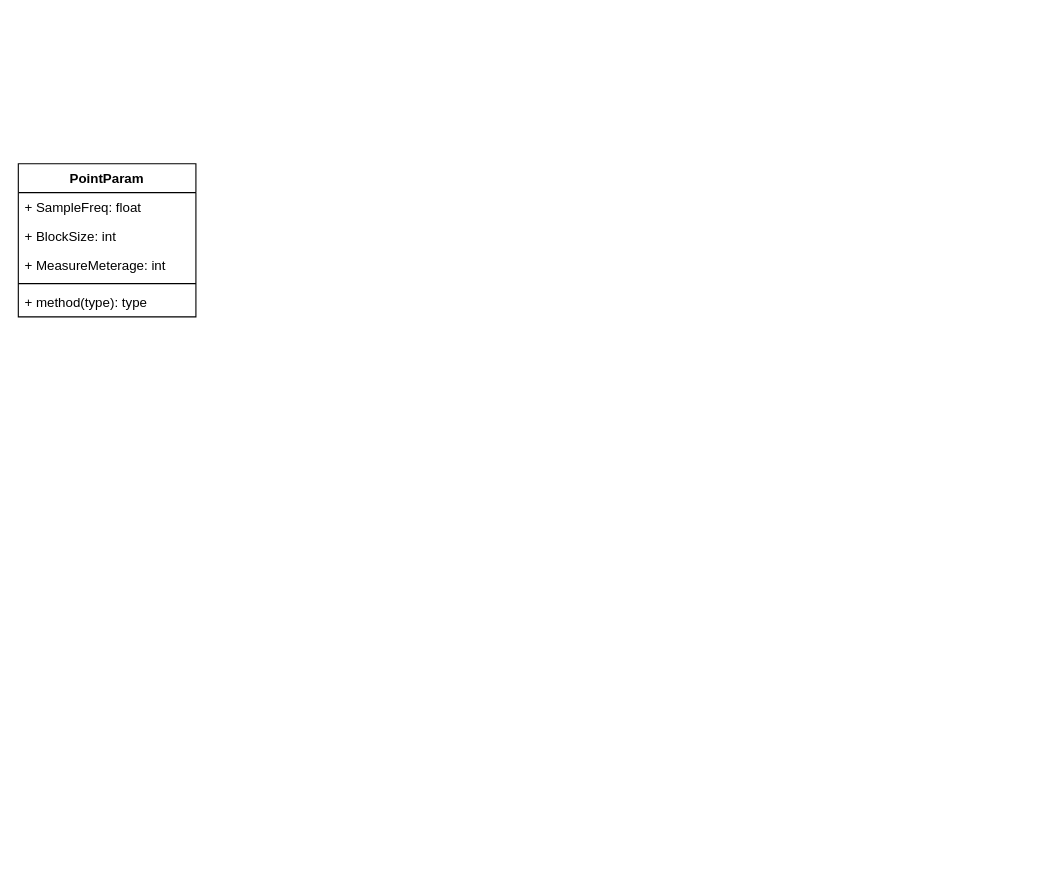
Above: page "PointParam" (2 of 7) of Untitled Diagram.drawio in javaDevp/3DExplore (draw.io), before the change. Source tidied: cells renumbered, new cells numbered last; positions are measured from the earlier drawing's top-left corner, leaving out a move shared by most shapes. Both pictures are drawn from the tidied source at 111%, with x=0, y=0 at pixel (18, 163).
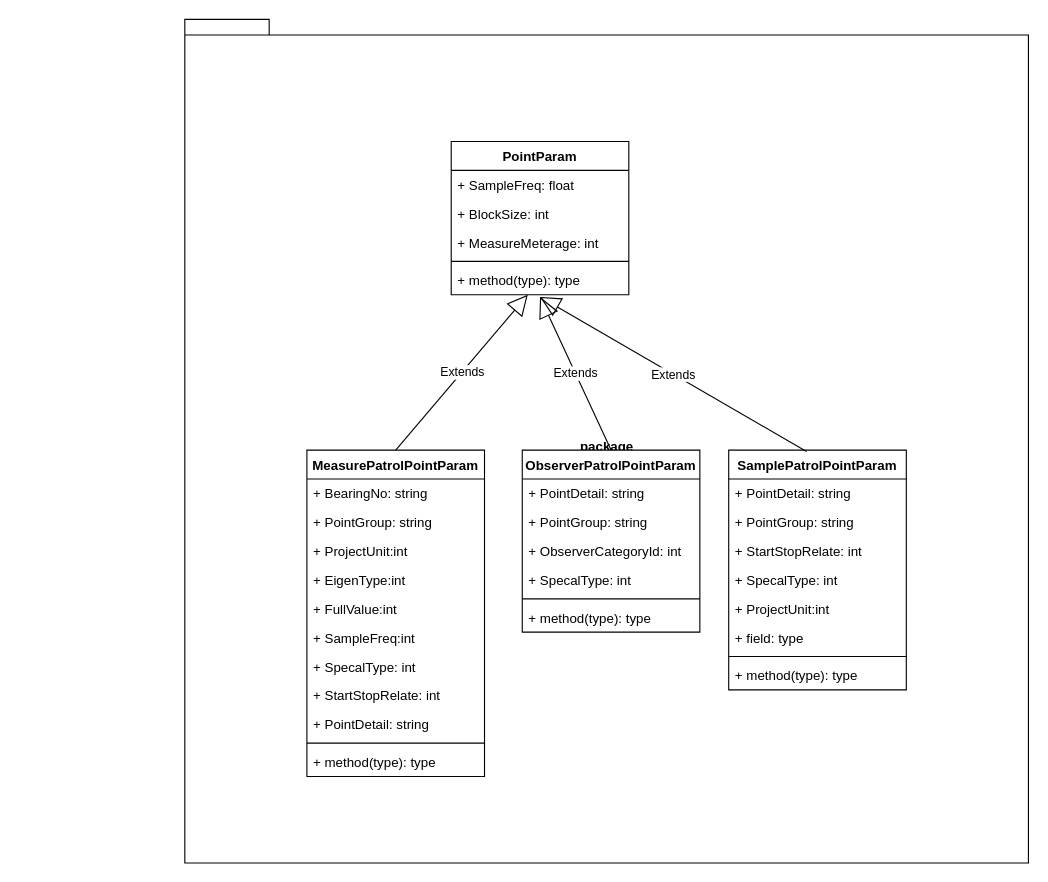
After the change.

Unchanged cells that the change refers to:
```xml
<mxCell id="7" value="+ method(type): type" style="text;strokeColor=none;fillColor=none;align=left;verticalAlign=top;spacingLeft=4;spacingRight=4;overflow=hidden;points=[[0,0.5],[1,0.5]];portConstraint=eastwest;" parent="2" vertex="1">
  <mxGeometry y="112" width="160" height="26" as="geometry" />
</mxCell>
```

Diff of the diagram source:
```diff
@@
+    <mxCell id="8" style="group;" parent="1" vertex="1">
+      <mxGeometry x="150" y="-130" width="760" height="760" as="geometry" />
+    </mxCell>
+    <mxCell id="9" value="package" style="shape=folder;fontStyle=1;spacingTop=10;tabWidth=40;tabHeight=14;tabPosition=left;html=1;" parent="8" vertex="1">
+      <mxGeometry width="760" height="760" as="geometry" />
+    </mxCell>
-    <mxCell id="2" value="PointParam" style="swimlane;fontStyle=1;align=center;verticalAlign=top;horizontal=1;startSize=26;" parent="1" vertex="1">
-      <mxGeometry width="160" height="138" as="geometry" />
+    <mxCell id="2" value="PointParam" style="swimlane;fontStyle=1;align=center;verticalAlign=top;horizontal=1;startSize=26;" parent="8" vertex="1">
+      <mxGeometry x="240" y="110" width="160" height="138" as="geometry" />
     </mxCell>
@@
+    <mxCell id="10" value="MeasurePatrolPointParam" style="swimlane;fontStyle=1;align=center;verticalAlign=top;horizontal=1;startSize=26;" parent="8" vertex="1">
+      <mxGeometry x="110" y="388" width="160" height="294" as="geometry" />
+    </mxCell>
+    <mxCell id="11" value="+ BearingNo: string" style="text;strokeColor=none;fillColor=none;align=left;verticalAlign=top;spacingLeft=4;spacingRight=4;overflow=hidden;" parent="10" vertex="1">
+      <mxGeometry y="26" width="160" height="26" as="geometry" />
+    </mxCell>
+    <mxCell id="12" value="+ PointGroup: string" style="text;strokeColor=none;fillColor=none;align=left;verticalAlign=top;spacingLeft=4;spacingRight=4;overflow=hidden;" parent="10" vertex="1">
+      <mxGeometry y="52" width="160" height="26" as="geometry" />
+    </mxCell>
+    <mxCell id="13" value="+ ProjectUnit:int" style="text;strokeColor=none;fillColor=none;align=left;verticalAlign=top;spacingLeft=4;spacingRight=4;overflow=hidden;" parent="10" vertex="1">
+      <mxGeometry y="78" width="160" height="26" as="geometry" />
+    </mxCell>
+    <mxCell id="14" value="+ EigenType:int" style="text;strokeColor=none;fillColor=none;align=left;verticalAlign=top;spacingLeft=4;spacingRight=4;overflow=hidden;" parent="10" vertex="1">
+      <mxGeometry y="104" width="160" height="26" as="geometry" />
+    </mxCell>
+    <mxCell id="15" value="+ FullValue:int" style="text;strokeColor=none;fillColor=none;align=left;verticalAlign=top;spacingLeft=4;spacingRight=4;overflow=hidden;" parent="10" vertex="1">
+      <mxGeometry y="130" width="160" height="26" as="geometry" />
+    </mxCell>
+    <mxCell id="16" value="+ SampleFreq:int" style="text;strokeColor=none;fillColor=none;align=left;verticalAlign=top;spacingLeft=4;spacingRight=4;overflow=hidden;" parent="10" vertex="1">
+      <mxGeometry y="156" width="160" height="26" as="geometry" />
+    </mxCell>
+    <mxCell id="17" value="+ SpecalType: int" style="text;strokeColor=none;fillColor=none;align=left;verticalAlign=top;spacingLeft=4;spacingRight=4;overflow=hidden;" parent="10" vertex="1">
+      <mxGeometry y="182" width="160" height="26" as="geometry" />
+    </mxCell>
+    <mxCell id="18" value="+ StartStopRelate: int" style="text;strokeColor=none;fillColor=none;align=left;verticalAlign=top;spacingLeft=4;spacingRight=4;overflow=hidden;" parent="10" vertex="1">
+      <mxGeometry y="208" width="160" height="26" as="geometry" />
+    </mxCell>
+    <mxCell id="19" value="+ PointDetail: string" style="text;strokeColor=none;fillColor=none;align=left;verticalAlign=top;spacingLeft=4;spacingRight=4;overflow=hidden;" parent="10" vertex="1">
+      <mxGeometry y="234" width="160" height="26" as="geometry" />
+    </mxCell>
+    <mxCell id="20" style="line;strokeWidth=1;fillColor=none;align=left;verticalAlign=middle;spacingTop=-1;spacingLeft=3;spacingRight=3;labelPosition=right;" parent="10" vertex="1">
+      <mxGeometry y="260" width="160" height="8" as="geometry" />
+    </mxCell>
+    <mxCell id="21" value="+ method(type): type" style="text;strokeColor=none;fillColor=none;align=left;verticalAlign=top;spacingLeft=4;spacingRight=4;overflow=hidden;" parent="10" vertex="1">
+      <mxGeometry y="268" width="160" height="26" as="geometry" />
+    </mxCell>
+    <mxCell id="22" value="ObserverPatrolPointParam" style="swimlane;fontStyle=1;align=center;verticalAlign=top;horizontal=1;startSize=26;" parent="8" vertex="1">
+      <mxGeometry x="304" y="388" width="160" height="164" as="geometry" />
+    </mxCell>
+    <mxCell id="23" value="+ PointDetail: string" style="text;strokeColor=none;fillColor=none;align=left;verticalAlign=top;spacingLeft=4;spacingRight=4;overflow=hidden;" parent="22" vertex="1">
+      <mxGeometry y="26" width="160" height="26" as="geometry" />
+    </mxCell>
+    <mxCell id="24" value="+ PointGroup: string" style="text;strokeColor=none;fillColor=none;align=left;verticalAlign=top;spacingLeft=4;spacingRight=4;overflow=hidden;" parent="22" vertex="1">
+      <mxGeometry y="52" width="160" height="26" as="geometry" />
+    </mxCell>
+    <mxCell id="25" value="+ ObserverCategoryId: int" style="text;strokeColor=none;fillColor=none;align=left;verticalAlign=top;spacingLeft=4;spacingRight=4;overflow=hidden;" parent="22" vertex="1">
+      <mxGeometry y="78" width="160" height="26" as="geometry" />
+    </mxCell>
+    <mxCell id="26" value="+ SpecalType: int" style="text;strokeColor=none;fillColor=none;align=left;verticalAlign=top;spacingLeft=4;spacingRight=4;overflow=hidden;" parent="22" vertex="1">
+      <mxGeometry y="104" width="160" height="26" as="geometry" />
+    </mxCell>
+    <mxCell id="27" style="line;strokeWidth=1;fillColor=none;align=left;verticalAlign=middle;spacingTop=-1;spacingLeft=3;spacingRight=3;labelPosition=right;" parent="22" vertex="1">
+      <mxGeometry y="130" width="160" height="8" as="geometry" />
+    </mxCell>
+    <mxCell id="28" value="+ method(type): type" style="text;strokeColor=none;fillColor=none;align=left;verticalAlign=top;spacingLeft=4;spacingRight=4;overflow=hidden;" parent="22" vertex="1">
+      <mxGeometry y="138" width="160" height="26" as="geometry" />
+    </mxCell>
+    <mxCell id="29" value="SamplePatrolPointParam" style="swimlane;fontStyle=1;align=center;verticalAlign=top;horizontal=1;startSize=26;" parent="8" vertex="1">
+      <mxGeometry x="490" y="388" width="160" height="216" as="geometry" />
+    </mxCell>
+    <mxCell id="30" value="+ PointDetail: string" style="text;strokeColor=none;fillColor=none;align=left;verticalAlign=top;spacingLeft=4;spacingRight=4;overflow=hidden;" parent="29" vertex="1">
+      <mxGeometry y="26" width="160" height="26" as="geometry" />
+    </mxCell>
+    <mxCell id="31" value="+ PointGroup: string" style="text;strokeColor=none;fillColor=none;align=left;verticalAlign=top;spacingLeft=4;spacingRight=4;overflow=hidden;" parent="29" vertex="1">
+      <mxGeometry y="52" width="160" height="26" as="geometry" />
+    </mxCell>
+    <mxCell id="32" value="+ StartStopRelate: int" style="text;strokeColor=none;fillColor=none;align=left;verticalAlign=top;spacingLeft=4;spacingRight=4;overflow=hidden;" parent="29" vertex="1">
+      <mxGeometry y="78" width="160" height="26" as="geometry" />
+    </mxCell>
+    <mxCell id="33" value="+ SpecalType: int" style="text;strokeColor=none;fillColor=none;align=left;verticalAlign=top;spacingLeft=4;spacingRight=4;overflow=hidden;" parent="29" vertex="1">
+      <mxGeometry y="104" width="160" height="26" as="geometry" />
+    </mxCell>
+    <mxCell id="34" value="+ ProjectUnit:int" style="text;strokeColor=none;fillColor=none;align=left;verticalAlign=top;spacingLeft=4;spacingRight=4;overflow=hidden;" parent="29" vertex="1">
+      <mxGeometry y="130" width="160" height="26" as="geometry" />
+    </mxCell>
+    <mxCell id="35" value="+ field: type" style="text;strokeColor=none;fillColor=none;align=left;verticalAlign=top;spacingLeft=4;spacingRight=4;overflow=hidden;" parent="29" vertex="1">
+      <mxGeometry y="156" width="160" height="26" as="geometry" />
+    </mxCell>
+    <mxCell id="36" style="line;strokeWidth=1;fillColor=none;align=left;verticalAlign=middle;spacingTop=-1;spacingLeft=3;spacingRight=3;labelPosition=right;" parent="29" vertex="1">
+      <mxGeometry y="182" width="160" height="8" as="geometry" />
+    </mxCell>
+    <mxCell id="37" value="+ method(type): type" style="text;strokeColor=none;fillColor=none;align=left;verticalAlign=top;spacingLeft=4;spacingRight=4;overflow=hidden;" parent="29" vertex="1">
+      <mxGeometry y="190" width="160" height="26" as="geometry" />
+    </mxCell>
+    <mxCell id="38" value="Extends" style="endArrow=block;endSize=16;endFill=0;html=1;rounded=0;exitX=0.5;exitY=0;exitDx=0;exitDy=0;" parent="8" edge="1" source="10" target="7">
+      <mxGeometry relative="1" as="geometry" />
+    </mxCell>
+    <mxCell id="39" value="Extends" style="endArrow=block;endSize=16;endFill=0;html=1;rounded=0;exitX=0.5;exitY=0;exitDx=0;exitDy=0;" parent="8" edge="1" source="22">
+      <mxGeometry relative="1" as="geometry">
+        <mxPoint x="320" y="250" as="targetPoint" />
+      </mxGeometry>
+    </mxCell>
+    <mxCell id="40" value="Extends" style="endArrow=block;endSize=16;endFill=0;html=1;rounded=0;exitX=0.438;exitY=0.006;exitDx=0;exitDy=0;exitPerimeter=0;" parent="8" edge="1" source="29">
+      <mxGeometry relative="1" as="geometry">
+        <mxPoint x="320" y="250" as="targetPoint" />
+      </mxGeometry>
+    </mxCell>
```
